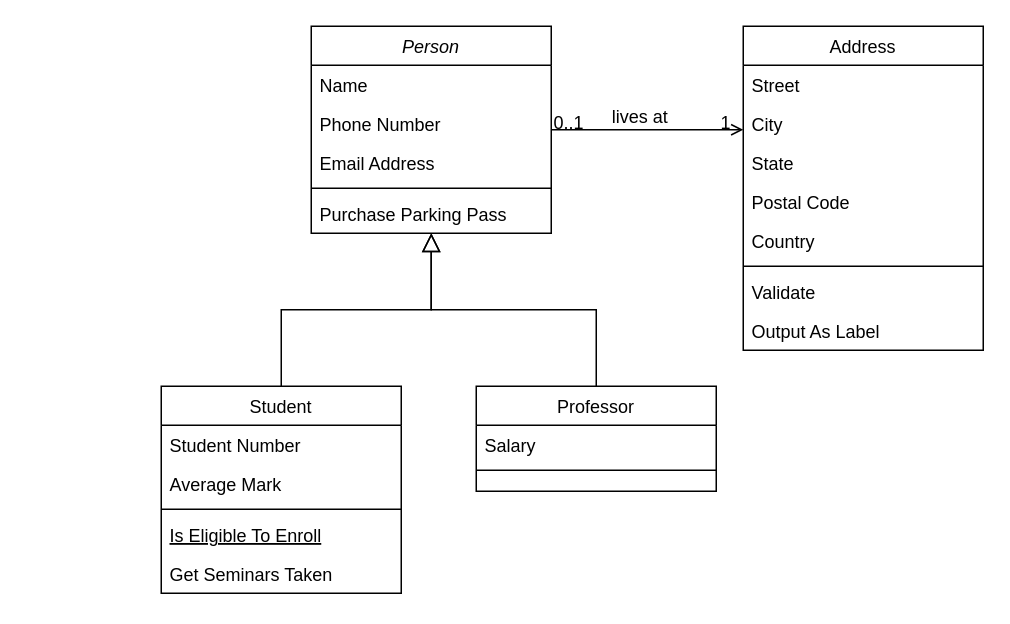
This is Untitled Diagram.drawio from MohammadFaisal9354/practice, a draw.io file, before an edit. Source tidied: cells renumbered, new cells numbered last; positions are measured from the earlier drawing's top-left corner, leaving out a move shared by most shapes. Both pictures are drawn from the tidied source at 150%, with x=0, y=0 at pixel (160, 26).
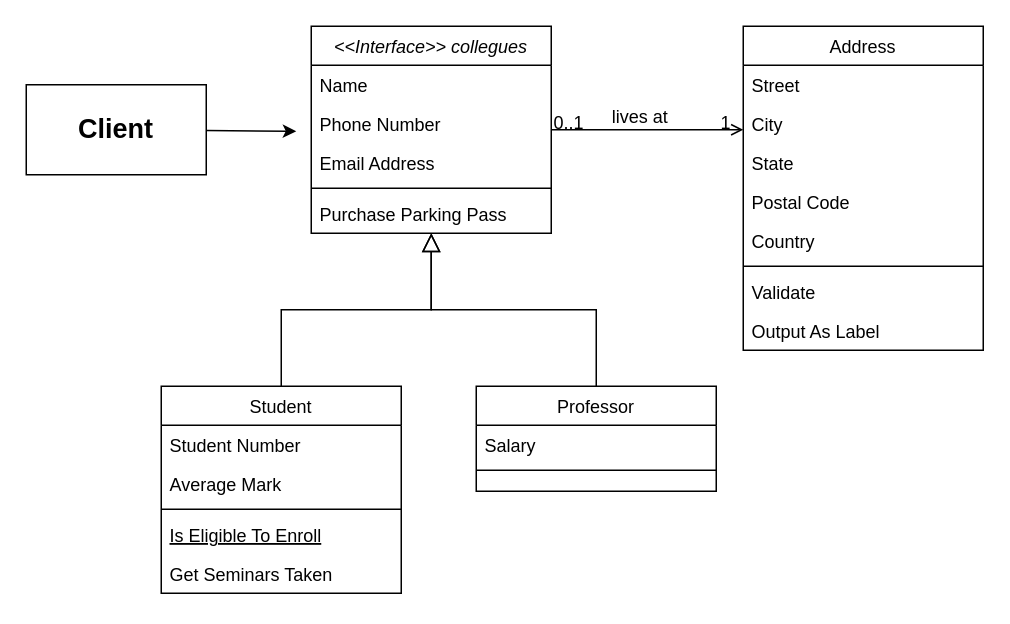
Above is the later version.

What changed in the source:
```diff
@@
-    <mxCell id="2" value="Person" style="swimlane;fontStyle=2;align=center;verticalAlign=top;horizontal=1;startSize=26;rounded=0;shadow=0;strokeWidth=1;" parent="1" vertex="1">
+    <mxCell id="2" value="&lt;&lt;Interface&gt;&gt; collegues" style="swimlane;fontStyle=2;align=center;verticalAlign=top;horizontal=1;startSize=26;rounded=0;shadow=0;strokeWidth=1;" parent="1" vertex="1">
       <mxGeometry x="100" width="160" height="138" as="geometry" />
     </mxCell>
@@
+    <mxCell id="32" style="endArrow=classic;html=1;rounded=0;exitX=0.769;exitY=0.885;exitDx=0;exitDy=0;exitPerimeter=0;" parent="2" edge="1">
+      <mxGeometry relative="1" as="geometry">
+        <mxPoint x="-70" y="69.5" as="sourcePoint" />
+        <mxPoint x="-10" y="70" as="targetPoint" />
+      </mxGeometry>
+    </mxCell>
@@
+    <mxCell id="33" value="&lt;h2&gt;Client&lt;/h2&gt;" style="rounded=0;whiteSpace=wrap;html=1;" parent="1" vertex="1">
+      <mxGeometry x="-90" y="39" width="120" height="60" as="geometry" />
+    </mxCell>
```
